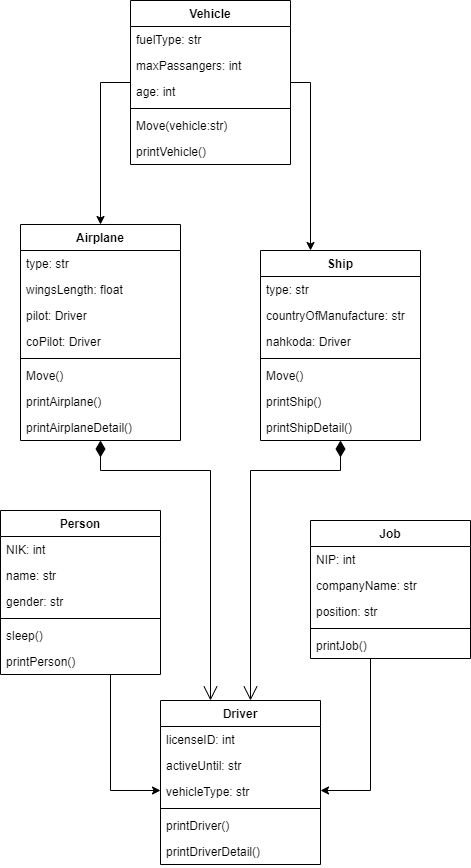
CahyaG/LATIHAN4DPBO2022 keeps this draw.io diagram as image/design.png. Above is the earlier version. Source tidied: cells renumbered, new cells last; positions are measured from the earlier drawing's top-left corner, leaving out a move shared by most shapes. Source of this version:
```xml
<mxGraphModel>
  <root>
    <mxCell id="0" />
    <mxCell id="1" parent="0" />
    <mxCell id="2" style="edgeStyle=orthogonalEdgeStyle;rounded=0;jettySize=auto;html=1;" parent="1" edge="1" source="3" target="17">
      <mxGeometry relative="1" as="geometry">
        <Array as="points">
          <mxPoint x="110" y="790" />
        </Array>
      </mxGeometry>
    </mxCell>
    <mxCell id="3" value="Person" style="swimlane;fontStyle=1;align=center;verticalAlign=top;horizontal=1;startSize=26;" parent="1" vertex="1">
      <mxGeometry y="510" width="160" height="164" as="geometry" />
    </mxCell>
    <mxCell id="4" value="NIK: int" style="text;strokeColor=none;fillColor=none;align=left;verticalAlign=top;spacingLeft=4;spacingRight=4;overflow=hidden;" parent="3" vertex="1">
      <mxGeometry y="26" width="160" height="26" as="geometry" />
    </mxCell>
    <mxCell id="5" value="name: str" style="text;strokeColor=none;fillColor=none;align=left;verticalAlign=top;spacingLeft=4;spacingRight=4;overflow=hidden;" parent="3" vertex="1">
      <mxGeometry y="52" width="160" height="26" as="geometry" />
    </mxCell>
    <mxCell id="6" value="gender: str" style="text;strokeColor=none;fillColor=none;align=left;verticalAlign=top;spacingLeft=4;spacingRight=4;overflow=hidden;" parent="3" vertex="1">
      <mxGeometry y="78" width="160" height="26" as="geometry" />
    </mxCell>
    <mxCell id="7" style="line;strokeWidth=1;fillColor=none;align=left;verticalAlign=middle;spacingTop=-1;spacingLeft=3;spacingRight=3;labelPosition=right;" parent="3" vertex="1">
      <mxGeometry y="104" width="160" height="8" as="geometry" />
    </mxCell>
    <mxCell id="8" value="sleep()" style="text;strokeColor=none;fillColor=none;align=left;verticalAlign=top;spacingLeft=4;spacingRight=4;overflow=hidden;" parent="3" vertex="1">
      <mxGeometry y="112" width="160" height="26" as="geometry" />
    </mxCell>
    <mxCell id="9" value="printPerson()" style="text;strokeColor=none;fillColor=none;align=left;verticalAlign=top;spacingLeft=4;spacingRight=4;overflow=hidden;" parent="3" vertex="1">
      <mxGeometry y="138" width="160" height="26" as="geometry" />
    </mxCell>
    <mxCell id="10" style="edgeStyle=orthogonalEdgeStyle;rounded=0;jettySize=auto;html=1;" parent="1" edge="1" source="11" target="17">
      <mxGeometry relative="1" as="geometry">
        <Array as="points">
          <mxPoint x="370" y="790" />
          <mxPoint x="320" y="790" />
          <mxPoint x="320" y="792" />
        </Array>
      </mxGeometry>
    </mxCell>
    <mxCell id="11" value="Job" style="swimlane;fontStyle=1;align=center;verticalAlign=top;horizontal=1;startSize=26;" parent="1" vertex="1">
      <mxGeometry x="310" y="520" width="160" height="138" as="geometry" />
    </mxCell>
    <mxCell id="12" value="NIP: int" style="text;strokeColor=none;fillColor=none;align=left;verticalAlign=top;spacingLeft=4;spacingRight=4;overflow=hidden;" parent="11" vertex="1">
      <mxGeometry y="26" width="160" height="26" as="geometry" />
    </mxCell>
    <mxCell id="13" value="companyName: str" style="text;strokeColor=none;fillColor=none;align=left;verticalAlign=top;spacingLeft=4;spacingRight=4;overflow=hidden;" parent="11" vertex="1">
      <mxGeometry y="52" width="160" height="26" as="geometry" />
    </mxCell>
    <mxCell id="14" value="position: str" style="text;strokeColor=none;fillColor=none;align=left;verticalAlign=top;spacingLeft=4;spacingRight=4;overflow=hidden;" parent="11" vertex="1">
      <mxGeometry y="78" width="160" height="26" as="geometry" />
    </mxCell>
    <mxCell id="15" style="line;strokeWidth=1;fillColor=none;align=left;verticalAlign=middle;spacingTop=-1;spacingLeft=3;spacingRight=3;labelPosition=right;" parent="11" vertex="1">
      <mxGeometry y="104" width="160" height="8" as="geometry" />
    </mxCell>
    <mxCell id="16" value="printJob()" style="text;strokeColor=none;fillColor=none;align=left;verticalAlign=top;spacingLeft=4;spacingRight=4;overflow=hidden;" parent="11" vertex="1">
      <mxGeometry y="112" width="160" height="26" as="geometry" />
    </mxCell>
    <mxCell id="17" value="Driver" style="swimlane;fontStyle=1;align=center;verticalAlign=top;horizontal=1;startSize=26;" parent="1" vertex="1">
      <mxGeometry x="160" y="700" width="160" height="164" as="geometry" />
    </mxCell>
    <mxCell id="18" value="licenseID: int" style="text;strokeColor=none;fillColor=none;align=left;verticalAlign=top;spacingLeft=4;spacingRight=4;overflow=hidden;" parent="17" vertex="1">
      <mxGeometry y="26" width="160" height="26" as="geometry" />
    </mxCell>
    <mxCell id="19" value="activeUntil: str" style="text;strokeColor=none;fillColor=none;align=left;verticalAlign=top;spacingLeft=4;spacingRight=4;overflow=hidden;" parent="17" vertex="1">
      <mxGeometry y="52" width="160" height="26" as="geometry" />
    </mxCell>
    <mxCell id="20" value="vehicleType: str" style="text;strokeColor=none;fillColor=none;align=left;verticalAlign=top;spacingLeft=4;spacingRight=4;overflow=hidden;points=[[0,0.5],[1,0.5]];portConstraint=eastwest;" parent="17" vertex="1">
      <mxGeometry y="78" width="160" height="26" as="geometry" />
    </mxCell>
    <mxCell id="21" style="line;strokeWidth=1;fillColor=none;align=left;verticalAlign=middle;spacingTop=-1;spacingLeft=3;spacingRight=3;labelPosition=right;" parent="17" vertex="1">
      <mxGeometry y="104" width="160" height="8" as="geometry" />
    </mxCell>
    <mxCell id="22" value="printDriver()" style="text;strokeColor=none;fillColor=none;align=left;verticalAlign=top;spacingLeft=4;spacingRight=4;overflow=hidden;" parent="17" vertex="1">
      <mxGeometry y="112" width="160" height="26" as="geometry" />
    </mxCell>
    <mxCell id="23" value="printDriverDetail()" style="text;strokeColor=none;fillColor=none;align=left;verticalAlign=top;spacingLeft=4;spacingRight=4;overflow=hidden;" parent="17" vertex="1">
      <mxGeometry y="138" width="160" height="26" as="geometry" />
    </mxCell>
    <mxCell id="24" style="edgeStyle=orthogonalEdgeStyle;rounded=0;jettySize=auto;html=1;" parent="1" edge="1" source="26" target="41">
      <mxGeometry relative="1" as="geometry">
        <Array as="points">
          <mxPoint x="100" y="82" />
        </Array>
      </mxGeometry>
    </mxCell>
    <mxCell id="25" style="edgeStyle=orthogonalEdgeStyle;rounded=0;jettySize=auto;html=1;" parent="1" edge="1" source="26" target="33">
      <mxGeometry relative="1" as="geometry">
        <Array as="points">
          <mxPoint x="310" y="82" />
        </Array>
      </mxGeometry>
    </mxCell>
    <mxCell id="26" value="Vehicle" style="swimlane;fontStyle=1;align=center;verticalAlign=top;horizontal=1;startSize=26;" parent="1" vertex="1">
      <mxGeometry x="130" width="160" height="164" as="geometry" />
    </mxCell>
    <mxCell id="27" value="fuelType: str" style="text;strokeColor=none;fillColor=none;align=left;verticalAlign=top;spacingLeft=4;spacingRight=4;overflow=hidden;" parent="26" vertex="1">
      <mxGeometry y="26" width="160" height="26" as="geometry" />
    </mxCell>
    <mxCell id="28" value="maxPassangers: int" style="text;strokeColor=none;fillColor=none;align=left;verticalAlign=top;spacingLeft=4;spacingRight=4;overflow=hidden;" parent="26" vertex="1">
      <mxGeometry y="52" width="160" height="26" as="geometry" />
    </mxCell>
    <mxCell id="29" value="age: int" style="text;strokeColor=none;fillColor=none;align=left;verticalAlign=top;spacingLeft=4;spacingRight=4;overflow=hidden;points=[[0,0.5],[1,0.5]];portConstraint=eastwest;" parent="26" vertex="1">
      <mxGeometry y="78" width="160" height="26" as="geometry" />
    </mxCell>
    <mxCell id="30" style="line;strokeWidth=1;fillColor=none;align=left;verticalAlign=middle;spacingTop=-1;spacingLeft=3;spacingRight=3;labelPosition=right;" parent="26" vertex="1">
      <mxGeometry y="104" width="160" height="8" as="geometry" />
    </mxCell>
    <mxCell id="31" value="Move(vehicle:str)" style="text;strokeColor=none;fillColor=none;align=left;verticalAlign=top;spacingLeft=4;spacingRight=4;overflow=hidden;" parent="26" vertex="1">
      <mxGeometry y="112" width="160" height="26" as="geometry" />
    </mxCell>
    <mxCell id="32" value="printVehicle()" style="text;strokeColor=none;fillColor=none;align=left;verticalAlign=top;spacingLeft=4;spacingRight=4;overflow=hidden;" parent="26" vertex="1">
      <mxGeometry y="138" width="160" height="26" as="geometry" />
    </mxCell>
    <mxCell id="33" value="Ship" style="swimlane;fontStyle=1;align=center;verticalAlign=top;horizontal=1;startSize=26;" parent="1" vertex="1">
      <mxGeometry x="260" y="250" width="160" height="190" as="geometry" />
    </mxCell>
    <mxCell id="34" value="type: str" style="text;strokeColor=none;fillColor=none;align=left;verticalAlign=top;spacingLeft=4;spacingRight=4;overflow=hidden;" parent="33" vertex="1">
      <mxGeometry y="26" width="160" height="26" as="geometry" />
    </mxCell>
    <mxCell id="35" value="countryOfManufacture: str" style="text;strokeColor=none;fillColor=none;align=left;verticalAlign=top;spacingLeft=4;spacingRight=4;overflow=hidden;" parent="33" vertex="1">
      <mxGeometry y="52" width="160" height="26" as="geometry" />
    </mxCell>
    <mxCell id="36" value="nahkoda: Driver" style="text;strokeColor=none;fillColor=none;align=left;verticalAlign=top;spacingLeft=4;spacingRight=4;overflow=hidden;" parent="33" vertex="1">
      <mxGeometry y="78" width="160" height="26" as="geometry" />
    </mxCell>
    <mxCell id="37" style="line;strokeWidth=1;fillColor=none;align=left;verticalAlign=middle;spacingTop=-1;spacingLeft=3;spacingRight=3;labelPosition=right;" parent="33" vertex="1">
      <mxGeometry y="104" width="160" height="8" as="geometry" />
    </mxCell>
    <mxCell id="38" value="Move()" style="text;strokeColor=none;fillColor=none;align=left;verticalAlign=top;spacingLeft=4;spacingRight=4;overflow=hidden;" parent="33" vertex="1">
      <mxGeometry y="112" width="160" height="26" as="geometry" />
    </mxCell>
    <mxCell id="39" value="printShip()" style="text;strokeColor=none;fillColor=none;align=left;verticalAlign=top;spacingLeft=4;spacingRight=4;overflow=hidden;" parent="33" vertex="1">
      <mxGeometry y="138" width="160" height="26" as="geometry" />
    </mxCell>
    <mxCell id="40" value="printShipDetail()" style="text;strokeColor=none;fillColor=none;align=left;verticalAlign=top;spacingLeft=4;spacingRight=4;overflow=hidden;" parent="33" vertex="1">
      <mxGeometry y="164" width="160" height="26" as="geometry" />
    </mxCell>
    <mxCell id="41" value="Airplane" style="swimlane;fontStyle=1;align=center;verticalAlign=top;horizontal=1;startSize=26;" parent="1" vertex="1">
      <mxGeometry x="20" y="224" width="160" height="216" as="geometry" />
    </mxCell>
    <mxCell id="42" value="type: str" style="text;strokeColor=none;fillColor=none;align=left;verticalAlign=top;spacingLeft=4;spacingRight=4;overflow=hidden;" parent="41" vertex="1">
      <mxGeometry y="26" width="160" height="26" as="geometry" />
    </mxCell>
    <mxCell id="43" value="wingsLength: float" style="text;strokeColor=none;fillColor=none;align=left;verticalAlign=top;spacingLeft=4;spacingRight=4;overflow=hidden;" parent="41" vertex="1">
      <mxGeometry y="52" width="160" height="26" as="geometry" />
    </mxCell>
    <mxCell id="44" value="pilot: Driver" style="text;strokeColor=none;fillColor=none;align=left;verticalAlign=top;spacingLeft=4;spacingRight=4;overflow=hidden;" parent="41" vertex="1">
      <mxGeometry y="78" width="160" height="26" as="geometry" />
    </mxCell>
    <mxCell id="45" value="coPilot: Driver" style="text;strokeColor=none;fillColor=none;align=left;verticalAlign=top;spacingLeft=4;spacingRight=4;overflow=hidden;" parent="41" vertex="1">
      <mxGeometry y="104" width="160" height="26" as="geometry" />
    </mxCell>
    <mxCell id="46" style="line;strokeWidth=1;fillColor=none;align=left;verticalAlign=middle;spacingTop=-1;spacingLeft=3;spacingRight=3;labelPosition=right;" parent="41" vertex="1">
      <mxGeometry y="130" width="160" height="8" as="geometry" />
    </mxCell>
    <mxCell id="47" value="Move()" style="text;strokeColor=none;fillColor=none;align=left;verticalAlign=top;spacingLeft=4;spacingRight=4;overflow=hidden;" parent="41" vertex="1">
      <mxGeometry y="138" width="160" height="26" as="geometry" />
    </mxCell>
    <mxCell id="48" value="printAirplane()" style="text;strokeColor=none;fillColor=none;align=left;verticalAlign=top;spacingLeft=4;spacingRight=4;overflow=hidden;" parent="41" vertex="1">
      <mxGeometry y="164" width="160" height="26" as="geometry" />
    </mxCell>
    <mxCell id="49" value="printAirplaneDetail()" style="text;strokeColor=none;fillColor=none;align=left;verticalAlign=top;spacingLeft=4;spacingRight=4;overflow=hidden;" parent="41" vertex="1">
      <mxGeometry y="190" width="160" height="26" as="geometry" />
    </mxCell>
    <mxCell id="50" style="endArrow=open;html=1;endSize=12;startArrow=diamondThin;startSize=14;startFill=1;edgeStyle=orthogonalEdgeStyle;align=left;verticalAlign=bottom;rounded=0;" parent="1" edge="1" source="41" target="17">
      <mxGeometry x="-0.85" y="71" relative="1" as="geometry">
        <Array as="points">
          <mxPoint x="100" y="470" />
          <mxPoint x="210" y="470" />
        </Array>
        <mxPoint x="-61" y="-70" as="offset" />
      </mxGeometry>
    </mxCell>
    <mxCell id="51" style="endArrow=open;html=1;endSize=12;startArrow=diamondThin;startSize=14;startFill=1;edgeStyle=orthogonalEdgeStyle;align=left;verticalAlign=bottom;rounded=0;" parent="1" edge="1" source="33" target="17">
      <mxGeometry x="-0.85" y="71" relative="1" as="geometry">
        <Array as="points">
          <mxPoint x="340" y="470" />
          <mxPoint x="250" y="470" />
        </Array>
        <mxPoint x="-61" y="-70" as="offset" />
      </mxGeometry>
    </mxCell>
  </root>
</mxGraphModel>
```
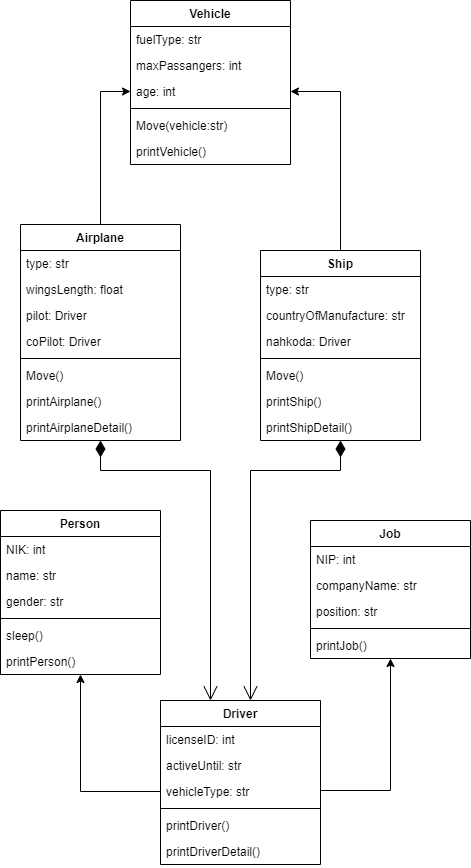
The same diagram one commit later.

The edit, as a diff of the source:
```diff
@@ -2,13 +2,6 @@
   <root>
     <mxCell id="0" />
     <mxCell id="1" parent="0" />
-    <mxCell id="2" style="edgeStyle=orthogonalEdgeStyle;rounded=0;jettySize=auto;html=1;" parent="1" edge="1" source="3" target="17">
-      <mxGeometry relative="1" as="geometry">
-        <Array as="points">
-          <mxPoint x="110" y="790" />
-        </Array>
-      </mxGeometry>
-    </mxCell>
     <mxCell id="3" value="Person" style="swimlane;fontStyle=1;align=center;verticalAlign=top;horizontal=1;startSize=26;" parent="1" vertex="1">
       <mxGeometry y="510" width="160" height="164" as="geometry" />
     </mxCell>
@@ -30,15 +23,6 @@
     <mxCell id="9" value="printPerson()" style="text;strokeColor=none;fillColor=none;align=left;verticalAlign=top;spacingLeft=4;spacingRight=4;overflow=hidden;" parent="3" vertex="1">
       <mxGeometry y="138" width="160" height="26" as="geometry" />
     </mxCell>
-    <mxCell id="10" style="edgeStyle=orthogonalEdgeStyle;rounded=0;jettySize=auto;html=1;" parent="1" edge="1" source="11" target="17">
-      <mxGeometry relative="1" as="geometry">
-        <Array as="points">
-          <mxPoint x="370" y="790" />
-          <mxPoint x="320" y="790" />
-          <mxPoint x="320" y="792" />
-        </Array>
-      </mxGeometry>
-    </mxCell>
     <mxCell id="11" value="Job" style="swimlane;fontStyle=1;align=center;verticalAlign=top;horizontal=1;startSize=26;" parent="1" vertex="1">
       <mxGeometry x="310" y="520" width="160" height="138" as="geometry" />
     </mxCell>
@@ -57,6 +41,13 @@
     <mxCell id="16" value="printJob()" style="text;strokeColor=none;fillColor=none;align=left;verticalAlign=top;spacingLeft=4;spacingRight=4;overflow=hidden;" parent="11" vertex="1">
       <mxGeometry y="112" width="160" height="26" as="geometry" />
     </mxCell>
+    <mxCell id="52" style="edgeStyle=orthogonalEdgeStyle;rounded=0;jettySize=auto;html=1;" parent="1" edge="1" source="17" target="11">
+      <mxGeometry relative="1" as="geometry">
+        <Array as="points">
+          <mxPoint x="390" y="790" />
+        </Array>
+      </mxGeometry>
+    </mxCell>
     <mxCell id="17" value="Driver" style="swimlane;fontStyle=1;align=center;verticalAlign=top;horizontal=1;startSize=26;" parent="1" vertex="1">
       <mxGeometry x="160" y="700" width="160" height="164" as="geometry" />
     </mxCell>
@@ -78,20 +69,6 @@
     <mxCell id="23" value="printDriverDetail()" style="text;strokeColor=none;fillColor=none;align=left;verticalAlign=top;spacingLeft=4;spacingRight=4;overflow=hidden;" parent="17" vertex="1">
       <mxGeometry y="138" width="160" height="26" as="geometry" />
     </mxCell>
-    <mxCell id="24" style="edgeStyle=orthogonalEdgeStyle;rounded=0;jettySize=auto;html=1;" parent="1" edge="1" source="26" target="41">
-      <mxGeometry relative="1" as="geometry">
-        <Array as="points">
-          <mxPoint x="100" y="82" />
-        </Array>
-      </mxGeometry>
-    </mxCell>
-    <mxCell id="25" style="edgeStyle=orthogonalEdgeStyle;rounded=0;jettySize=auto;html=1;" parent="1" edge="1" source="26" target="33">
-      <mxGeometry relative="1" as="geometry">
-        <Array as="points">
-          <mxPoint x="310" y="82" />
-        </Array>
-      </mxGeometry>
-    </mxCell>
     <mxCell id="26" value="Vehicle" style="swimlane;fontStyle=1;align=center;verticalAlign=top;horizontal=1;startSize=26;" parent="1" vertex="1">
       <mxGeometry x="130" width="160" height="164" as="geometry" />
     </mxCell>
@@ -113,6 +90,9 @@
     <mxCell id="32" value="printVehicle()" style="text;strokeColor=none;fillColor=none;align=left;verticalAlign=top;spacingLeft=4;spacingRight=4;overflow=hidden;" parent="26" vertex="1">
       <mxGeometry y="138" width="160" height="26" as="geometry" />
     </mxCell>
+    <mxCell id="53" style="edgeStyle=orthogonalEdgeStyle;rounded=0;jettySize=auto;html=1;" parent="1" edge="1" source="33" target="29">
+      <mxGeometry relative="1" as="geometry" />
+    </mxCell>
     <mxCell id="33" value="Ship" style="swimlane;fontStyle=1;align=center;verticalAlign=top;horizontal=1;startSize=26;" parent="1" vertex="1">
       <mxGeometry x="260" y="250" width="160" height="190" as="geometry" />
     </mxCell>
@@ -137,6 +117,9 @@
     <mxCell id="40" value="printShipDetail()" style="text;strokeColor=none;fillColor=none;align=left;verticalAlign=top;spacingLeft=4;spacingRight=4;overflow=hidden;" parent="33" vertex="1">
       <mxGeometry y="164" width="160" height="26" as="geometry" />
     </mxCell>
+    <mxCell id="54" style="edgeStyle=orthogonalEdgeStyle;rounded=0;jettySize=auto;html=1;" parent="1" edge="1" source="41" target="29">
+      <mxGeometry relative="1" as="geometry" />
+    </mxCell>
     <mxCell id="41" value="Airplane" style="swimlane;fontStyle=1;align=center;verticalAlign=top;horizontal=1;startSize=26;" parent="1" vertex="1">
       <mxGeometry x="20" y="224" width="160" height="216" as="geometry" />
     </mxCell>
@@ -182,5 +165,8 @@
         <mxPoint x="-61" y="-70" as="offset" />
       </mxGeometry>
     </mxCell>
+    <mxCell id="55" style="edgeStyle=orthogonalEdgeStyle;rounded=0;jettySize=auto;html=1;" parent="1" edge="1" source="20" target="3">
+      <mxGeometry relative="1" as="geometry" />
+    </mxCell>
   </root>
 </mxGraphModel>
```
